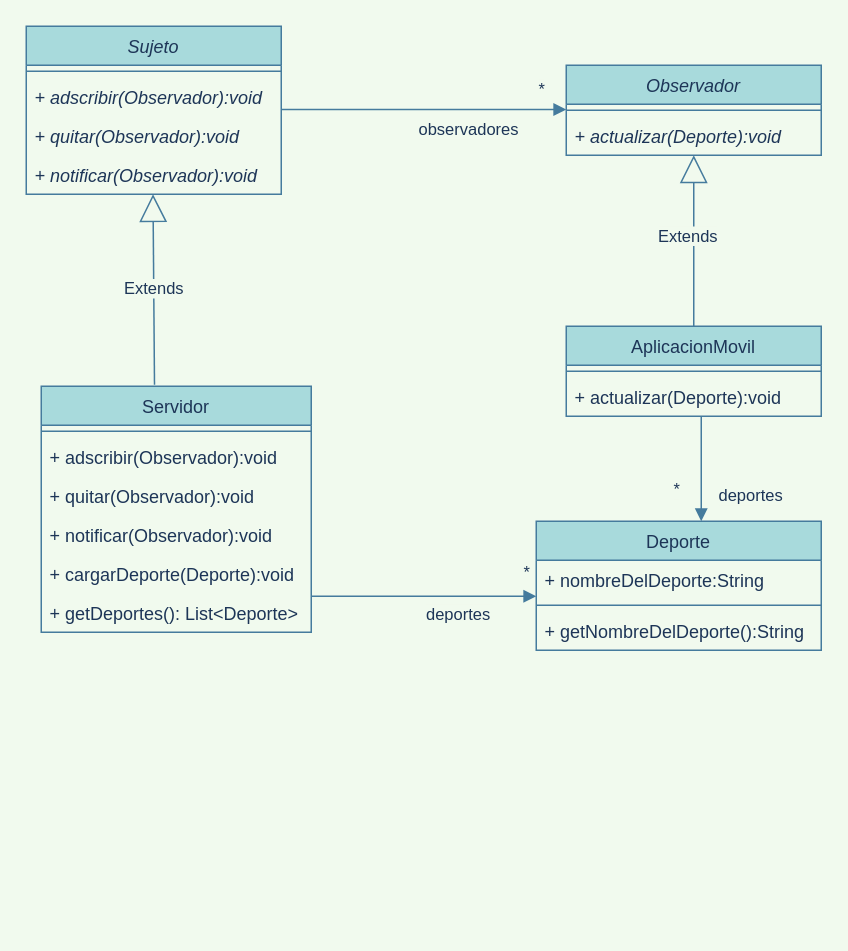
The draw.io diagram unq-po2-Observer-EncuentrosDeportivos.drawio in nhubczyk/Diagramas-UML, before the edit. Source tidied: cells renumbered, new cells numbered last; positions are measured from the earlier drawing's top-left corner, leaving out a move shared by most shapes. Both pictures are drawn from the tidied source at 150%, with x=0, y=0 at pixel (26, 26).
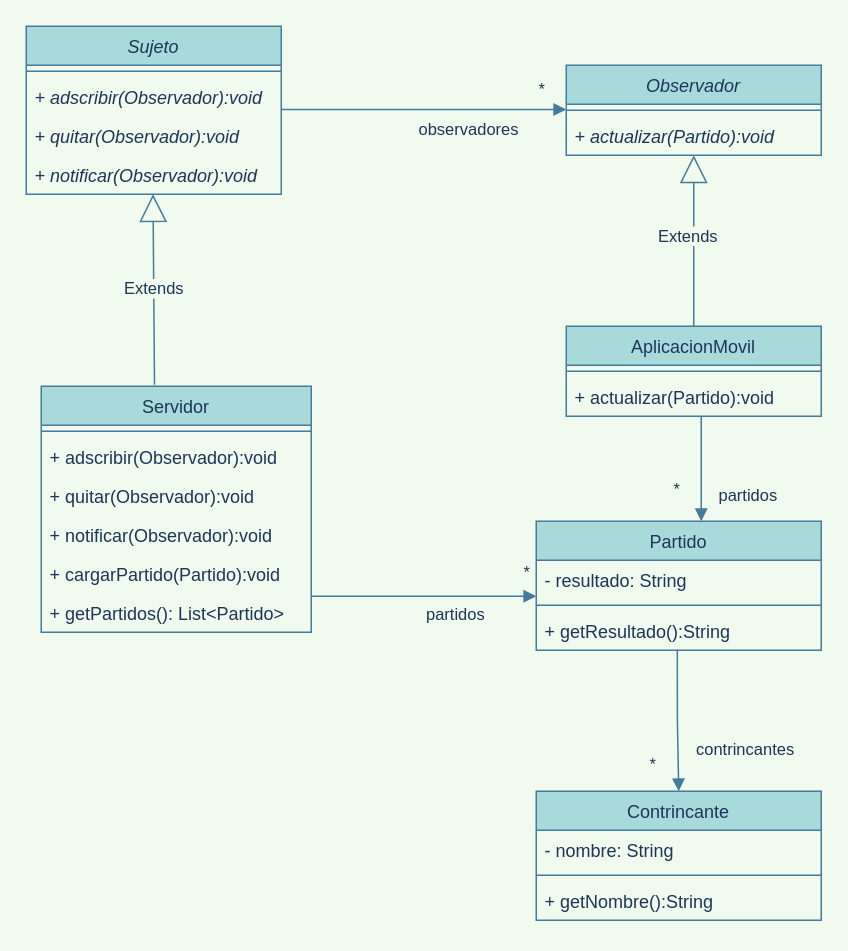
The same diagram, later.

The change refers to these unchanged cells:
```xml
<mxCell id="7" value="Servidor" style="swimlane;fontStyle=0;align=center;verticalAlign=top;horizontal=1;startSize=26;fillColor=#A8DADC;strokeColor=#457B9D;fontColor=#1D3557;" parent="1" vertex="1">
  <mxGeometry x="10" y="240" width="180" height="164" as="geometry" />
</mxCell>
<mxCell id="14" value="Observador" style="swimlane;fontStyle=2;align=center;verticalAlign=top;horizontal=1;startSize=26;fillColor=#A8DADC;strokeColor=#457B9D;fontColor=#1D3557;" parent="1" vertex="1">
  <mxGeometry x="360" y="26" width="170" height="60" as="geometry" />
</mxCell>
<mxCell id="19" value="AplicacionMovil" style="swimlane;fontStyle=0;align=center;verticalAlign=top;horizontal=1;startSize=26;fillColor=#A8DADC;strokeColor=#457B9D;fontColor=#1D3557;" parent="1" vertex="1">
  <mxGeometry x="360" y="200" width="170" height="60" as="geometry" />
</mxCell>
```

Diff of the diagram source:
```diff
@@
-    <mxCell id="12" value="+ cargarDeporte(Deporte):void" style="text;strokeColor=none;fillColor=none;align=left;verticalAlign=top;spacingLeft=4;spacingRight=4;overflow=hidden;fontColor=#1D3557;" parent="7" vertex="1">
+    <mxCell id="12" value="+ cargarPartido(Partido):void" style="text;strokeColor=none;fillColor=none;align=left;verticalAlign=top;spacingLeft=4;spacingRight=4;overflow=hidden;fontColor=#1D3557;" parent="7" vertex="1">
       <mxGeometry y="112" width="180" height="26" as="geometry" />
     </mxCell>
-    <mxCell id="13" value="+ getDeportes(): List&lt;Deporte&gt;" style="text;strokeColor=none;fillColor=none;align=left;verticalAlign=top;spacingLeft=4;spacingRight=4;overflow=hidden;fontColor=#1D3557;" parent="7" vertex="1">
+    <mxCell id="13" value="+ getPartidos(): List&lt;Partido&gt;" style="text;strokeColor=none;fillColor=none;align=left;verticalAlign=top;spacingLeft=4;spacingRight=4;overflow=hidden;fontColor=#1D3557;" parent="7" vertex="1">
       <mxGeometry y="138" width="180" height="26" as="geometry" />
     </mxCell>
@@
-    <mxCell id="16" value="+ actualizar(Deporte):void" style="text;strokeColor=none;fillColor=none;align=left;verticalAlign=top;spacingLeft=4;spacingRight=4;overflow=hidden;points=[[0,0.5],[1,0.5]];portConstraint=eastwest;fontStyle=2;fontColor=#1D3557;" parent="14" vertex="1">
+    <mxCell id="16" value="+ actualizar(Partido):void" style="text;strokeColor=none;fillColor=none;align=left;verticalAlign=top;spacingLeft=4;spacingRight=4;overflow=hidden;points=[[0,0.5],[1,0.5]];portConstraint=eastwest;fontStyle=2;fontColor=#1D3557;" parent="14" vertex="1">
       <mxGeometry y="34" width="170" height="26" as="geometry" />
     </mxCell>
@@
-    <mxCell id="21" value="+ actualizar(Deporte):void" style="text;strokeColor=none;fillColor=none;align=left;verticalAlign=top;spacingLeft=4;spacingRight=4;overflow=hidden;fontColor=#1D3557;" parent="19" vertex="1">
+    <mxCell id="21" value="+ actualizar(Partido):void" style="text;strokeColor=none;fillColor=none;align=left;verticalAlign=top;spacingLeft=4;spacingRight=4;overflow=hidden;fontColor=#1D3557;" parent="19" vertex="1">
       <mxGeometry y="34" width="170" height="26" as="geometry" />
     </mxCell>
@@
-    <mxCell id="24" value="Deporte" style="swimlane;fontStyle=0;align=center;verticalAlign=top;horizontal=1;startSize=26;fillColor=#A8DADC;strokeColor=#457B9D;fontColor=#1D3557;" parent="1" vertex="1">
+    <mxCell id="24" value="Partido" style="swimlane;fontStyle=0;align=center;verticalAlign=top;horizontal=1;startSize=26;fillColor=#A8DADC;strokeColor=#457B9D;fontColor=#1D3557;" parent="1" vertex="1">
       <mxGeometry x="340" y="330" width="190" height="86" as="geometry" />
     </mxCell>
-    <mxCell id="25" value="+ nombreDelDeporte:String" style="text;strokeColor=none;fillColor=none;align=left;verticalAlign=top;spacingLeft=4;spacingRight=4;overflow=hidden;fontColor=#1D3557;" parent="24" vertex="1">
+    <mxCell id="25" value="- resultado: String&#10;" style="text;strokeColor=none;fillColor=none;align=left;verticalAlign=top;spacingLeft=4;spacingRight=4;overflow=hidden;fontColor=#1D3557;" parent="24" vertex="1">
       <mxGeometry y="26" width="190" height="26" as="geometry" />
     </mxCell>
@@
-    <mxCell id="27" value="+ getNombreDelDeporte():String" style="text;strokeColor=none;fillColor=none;align=left;verticalAlign=top;spacingLeft=4;spacingRight=4;overflow=hidden;points=[[0,0.5],[1,0.5]];portConstraint=eastwest;fontColor=#1D3557;" parent="24" vertex="1">
+    <mxCell id="27" value="+ getResultado():String" style="text;strokeColor=none;fillColor=none;align=left;verticalAlign=top;spacingLeft=4;spacingRight=4;overflow=hidden;points=[[0,0.5],[1,0.5]];portConstraint=eastwest;fontColor=#1D3557;" parent="24" vertex="1">
       <mxGeometry y="60" width="190" height="26" as="geometry" />
     </mxCell>
-    <mxCell id="28" value="deportes" style="endArrow=block;endFill=1;html=1;edgeStyle=orthogonalEdgeStyle;align=left;verticalAlign=top;rounded=0;labelBackgroundColor=#F1FAEE;strokeColor=#457B9D;fontColor=#1D3557;" parent="1" edge="1">
+    <mxCell id="28" value="partidos" style="endArrow=block;endFill=1;html=1;edgeStyle=orthogonalEdgeStyle;align=left;verticalAlign=top;rounded=0;labelBackgroundColor=#F1FAEE;strokeColor=#457B9D;fontColor=#1D3557;" parent="1" edge="1">
       <mxGeometry y="2" relative="1" as="geometry">
         <mxPoint x="190" y="380" as="sourcePoint" />
         <mxPoint x="340" y="380" as="targetPoint" />
         <mxPoint y="1" as="offset" />
       </mxGeometry>
     </mxCell>
@@
-    <mxCell id="30" value="deportes" style="endArrow=block;endFill=1;html=1;edgeStyle=orthogonalEdgeStyle;align=left;verticalAlign=top;rounded=0;entryX=0.75;entryY=0;entryDx=0;entryDy=0;labelBackgroundColor=#F1FAEE;strokeColor=#457B9D;fontColor=#1D3557;" parent="1" edge="1">
+    <mxCell id="30" value="partidos" style="endArrow=block;endFill=1;html=1;edgeStyle=orthogonalEdgeStyle;align=left;verticalAlign=top;rounded=0;entryX=0.75;entryY=0;entryDx=0;entryDy=0;labelBackgroundColor=#F1FAEE;strokeColor=#457B9D;fontColor=#1D3557;" parent="1" edge="1">
       <mxGeometry x="0.14" y="10" relative="1" as="geometry">
         <mxPoint x="450" y="260" as="sourcePoint" />
         <mxPoint x="450" y="330" as="targetPoint" />
       </mxGeometry>
     </mxCell>
@@
+    <mxCell id="32" value="Contrincante" style="swimlane;fontStyle=0;align=center;verticalAlign=top;horizontal=1;startSize=26;fillColor=#A8DADC;strokeColor=#457B9D;fontColor=#1D3557;" parent="1" vertex="1">
+      <mxGeometry x="340" y="510" width="190" height="86" as="geometry" />
+    </mxCell>
+    <mxCell id="33" value="- nombre: String" style="text;strokeColor=none;fillColor=none;align=left;verticalAlign=top;spacingLeft=4;spacingRight=4;overflow=hidden;fontColor=#1D3557;" parent="32" vertex="1">
+      <mxGeometry y="26" width="190" height="26" as="geometry" />
+    </mxCell>
+    <mxCell id="34" style="line;strokeWidth=1;fillColor=none;align=left;verticalAlign=middle;spacingTop=-1;spacingLeft=3;spacingRight=3;labelPosition=right;strokeColor=#457B9D;labelBackgroundColor=#F1FAEE;fontColor=#1D3557;" parent="32" vertex="1">
+      <mxGeometry y="52" width="190" height="8" as="geometry" />
+    </mxCell>
+    <mxCell id="35" value="+ getNombre():String" style="text;strokeColor=none;fillColor=none;align=left;verticalAlign=top;spacingLeft=4;spacingRight=4;overflow=hidden;fontColor=#1D3557;" parent="32" vertex="1">
+      <mxGeometry y="60" width="190" height="26" as="geometry" />
+    </mxCell>
+    <mxCell id="36" value="contrincantes" style="endArrow=block;endFill=1;html=1;edgeStyle=orthogonalEdgeStyle;align=left;verticalAlign=top;rounded=0;entryX=0.5;entryY=0;entryDx=0;entryDy=0;labelBackgroundColor=#F1FAEE;strokeColor=#457B9D;fontColor=#1D3557;exitX=0.495;exitY=1;exitDx=0;exitDy=0;exitPerimeter=0;" parent="1" edge="1" source="27" target="32">
+      <mxGeometry x="0.14" y="10" relative="1" as="geometry" />
+    </mxCell>
+    <mxCell id="37" value="*" style="edgeLabel;html=1;align=left;verticalAlign=bottom;labelBackgroundColor=#F1FAEE;fontColor=#1D3557;" parent="36" vertex="1">
+      <mxGeometry x="-1" relative="1" as="geometry">
+        <mxPoint x="-20" y="84" as="offset" />
+      </mxGeometry>
+    </mxCell>
```
